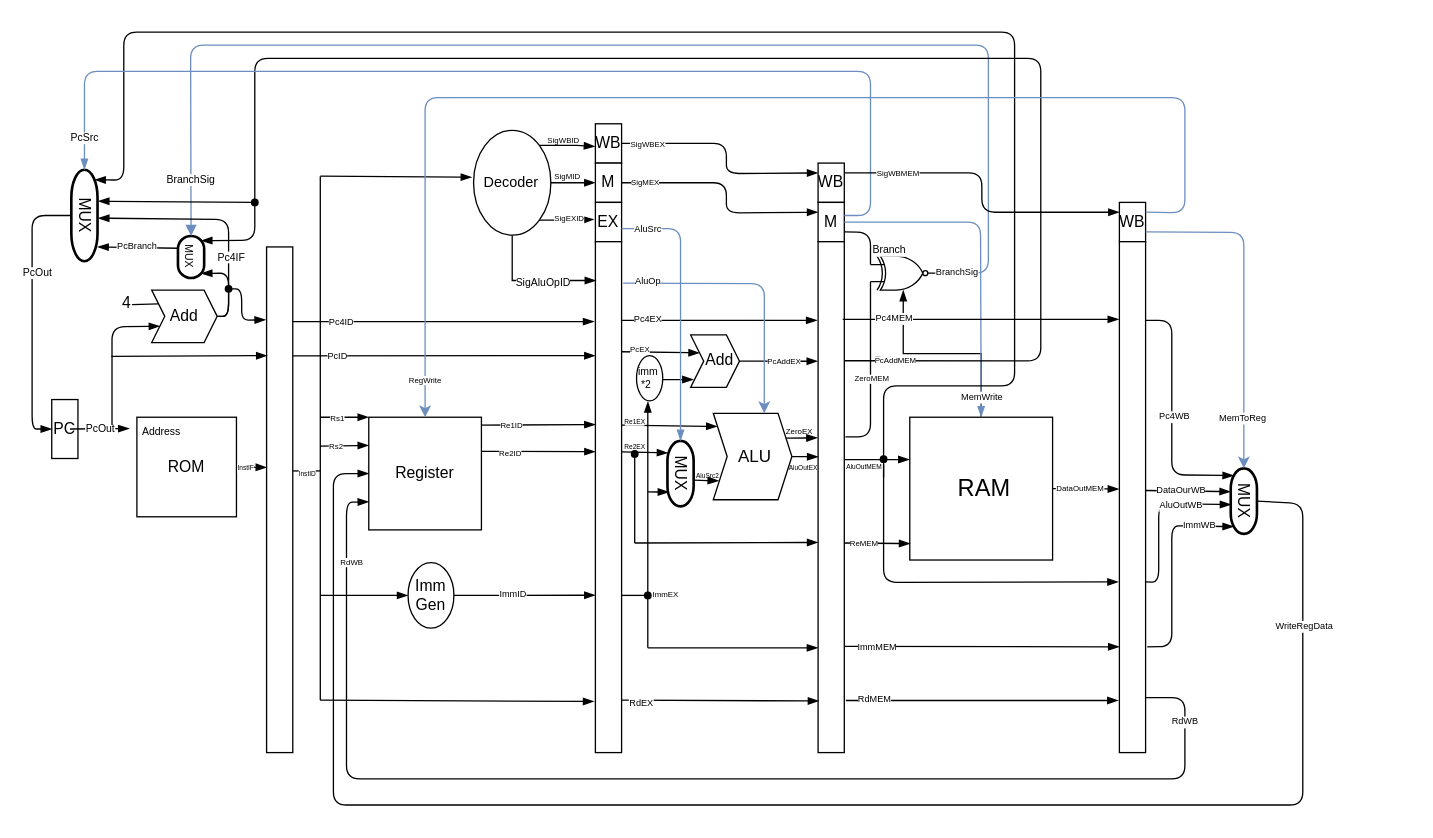
This is pipelining CPU with data hazards/Copy of Untitled Diagram.drawio from Zerokei/CPUGraph, a draw.io file, before an edit. Source tidied: cells renumbered, new cells numbered last; positions are measured from the earlier drawing's top-left corner, leaving out a move shared by most shapes. Both pictures are drawn from the tidied source at 131%, with x=0, y=0 at pixel (31, 31).
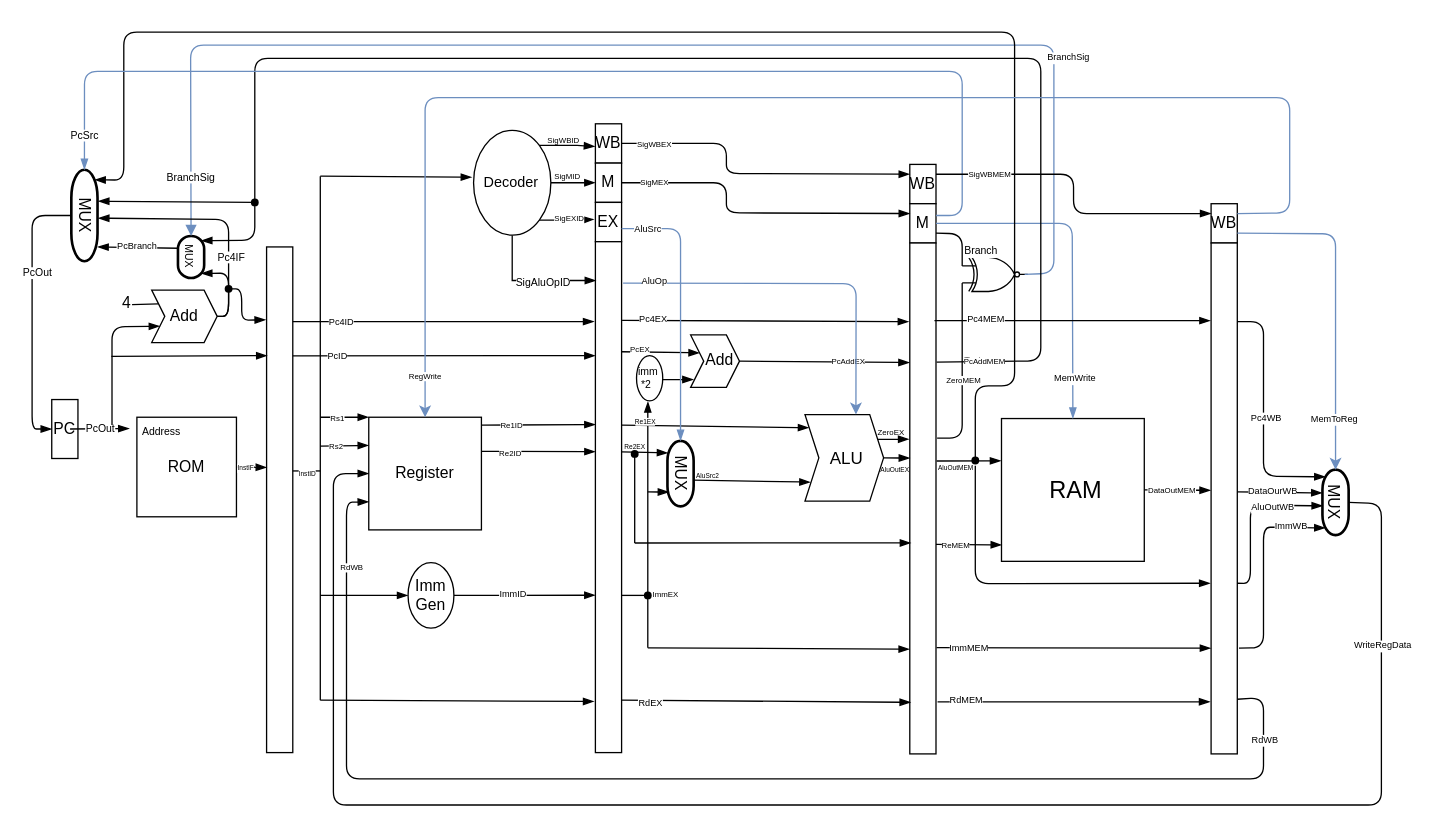
The same diagram, later.

The change refers to these unchanged cells:
```xml
<mxCell id="5" style="rounded=0;whiteSpace=wrap;html=1;" parent="1" vertex="1">
  <mxGeometry x="430" y="160" width="20" height="390" as="geometry" />
</mxCell>
<mxCell id="12" value="Register" style="whiteSpace=wrap;html=1;" parent="1" vertex="1">
  <mxGeometry x="257" y="294" width="86" height="86" as="geometry" />
</mxCell>
<mxCell id="17" value="MUX" style="strokeWidth=2;html=1;shape=mxgraph.flowchart.terminator;whiteSpace=wrap;rotation=90;" parent="1" vertex="1">
  <mxGeometry x="5" y="130" width="69.9" height="20" as="geometry" />
</mxCell>
<mxCell id="18" value="&lt;font style=&quot;font-size: 8px&quot;&gt;MUX&lt;/font&gt;" style="strokeWidth=2;html=1;shape=mxgraph.flowchart.terminator;whiteSpace=wrap;rotation=90;" parent="1" vertex="1">
  <mxGeometry x="105.3" y="161.7" width="32.1" height="20" as="geometry" />
</mxCell>
```

The edit, as a diff of the source:
```diff
@@
     <mxCell id="6" value="WB" style="rounded=0;whiteSpace=wrap;html=1;" parent="1" vertex="1">
-      <mxGeometry x="600" y="100" width="20" height="30" as="geometry" />
+      <mxGeometry x="670" y="101" width="20" height="30" as="geometry" />
     </mxCell>
     <mxCell id="7" value="M" style="rounded=0;whiteSpace=wrap;html=1;" parent="1" vertex="1">
-      <mxGeometry x="600" y="130" width="20" height="30" as="geometry" />
+      <mxGeometry x="670" y="131" width="20" height="30" as="geometry" />
     </mxCell>
     <mxCell id="8" style="rounded=0;whiteSpace=wrap;html=1;" parent="1" vertex="1">
-      <mxGeometry x="600" y="160" width="20" height="390" as="geometry" />
+      <mxGeometry x="670" y="161" width="20" height="390" as="geometry" />
     </mxCell>
     <mxCell id="9" value="WB" style="rounded=0;whiteSpace=wrap;html=1;" parent="1" vertex="1">
-      <mxGeometry x="830" y="130" width="20" height="30" as="geometry" />
+      <mxGeometry x="900" y="131" width="20" height="30" as="geometry" />
     </mxCell>
     <mxCell id="10" style="rounded=0;whiteSpace=wrap;html=1;" parent="1" vertex="1">
-      <mxGeometry x="830" y="160" width="20" height="390" as="geometry" />
+      <mxGeometry x="900" y="161" width="20" height="390" as="geometry" />
     </mxCell>
@@
     <mxCell id="65" value="&lt;font style=&quot;font-size: 13px&quot;&gt;&amp;nbsp;&amp;nbsp;&amp;nbsp;&amp;nbsp; ALU&lt;/font&gt;" style="shape=step;perimeter=stepPerimeter;whiteSpace=wrap;html=1;fixedSize=1;fontSize=8;align=left;size=10.5799999999997;" parent="1" vertex="1">
-      <mxGeometry x="520" y="291" width="60" height="66" as="geometry" />
+      <mxGeometry x="590" y="292" width="60" height="66" as="geometry" />
     </mxCell>
@@
-    <mxCell id="77" style="endArrow=blockThin;html=1;fontSize=8;align=left;entryX=-0.002;entryY=0.64;entryDx=0;entryDy=0;entryPerimeter=0;endFill=1;" parent="1" edge="1">
+    <mxCell id="77" style="endArrow=blockThin;html=1;fontSize=8;align=left;entryX=0.043;entryY=0.587;entryDx=0;entryDy=0;entryPerimeter=0;endFill=1;" parent="1" edge="1" target="8">
       <mxGeometry relative="1" as="geometry">
         <mxPoint x="460" y="390" as="sourcePoint" />
-        <mxPoint x="600" y="389.6" as="targetPoint" />
       </mxGeometry>
     </mxCell>
     <mxCell id="78" style="endArrow=classic;html=1;fontSize=8;align=left;exitX=1.058;exitY=0.081;exitDx=0;exitDy=0;exitPerimeter=0;entryX=0.648;entryY=-0.002;entryDx=0;entryDy=0;entryPerimeter=0;fontColor=#33FFFF;fillColor=#dae8fc;strokeColor=#6c8ebf;" parent="1" edge="1" source="5" target="65">
       <mxGeometry relative="1" as="geometry">
         <Array as="points">
-          <mxPoint x="559" y="192" />
+          <mxPoint x="629" y="192" />
         </Array>
       </mxGeometry>
     </mxCell>
@@
     <mxCell id="86" style="verticalLabelPosition=bottom;shadow=0;dashed=0;align=center;html=1;verticalAlign=top;shape=mxgraph.electrical.logic_gates.logic_gate;operation=xor;negating=1;negSize=0.15;fontSize=8;fontColor=#33FFFF;" parent="1" vertex="1">
-      <mxGeometry x="640" y="171" width="50" height="26" as="geometry" />
+      <mxGeometry x="710" y="172" width="50" height="26" as="geometry" />
     </mxCell>
     <mxCell id="87" value="Branch" style="endArrow=none;html=1;fontSize=8;align=left;entryX=0;entryY=0.25;entryDx=0;entryDy=0;entryPerimeter=0;exitX=1;exitY=0.75;exitDx=0;exitDy=0;verticalAlign=top;" parent="1" edge="1" source="7" target="86">
       <mxGeometry relative="1" as="geometry">
         <Array as="points">
-          <mxPoint x="640" y="153" />
+          <mxPoint x="710" y="154" />
         </Array>
       </mxGeometry>
     </mxCell>
     <mxCell id="88" style="endArrow=none;html=1;fontSize=8;fontColor=#33FFFF;align=left;entryX=0;entryY=0.75;entryDx=0;entryDy=0;entryPerimeter=0;exitX=1.043;exitY=0.382;exitDx=0;exitDy=0;exitPerimeter=0;" parent="1" edge="1" source="8" target="86">
       <mxGeometry relative="1" as="geometry">
         <Array as="points">
-          <mxPoint x="640" y="309" />
+          <mxPoint x="710" y="310" />
         </Array>
       </mxGeometry>
     </mxCell>
@@
-    <mxCell id="90" style="endArrow=block;html=1;fontSize=8;fontColor=#33FFFF;align=left;entryX=0;entryY=0.5;entryDx=0;entryDy=0;entryPerimeter=0;fillColor=#dae8fc;strokeWidth=1;startArrow=none;startFill=0;strokeColor=#6c8ebf;endFill=1;exitX=1;exitY=0.5;exitDx=0;exitDy=0;exitPerimeter=0;" parent="1" edge="1" source="86" target="18">
+    <mxCell id="90" style="endArrow=block;html=1;fontSize=8;fontColor=#33FFFF;align=left;entryX=0;entryY=0.5;entryDx=0;entryDy=0;entryPerimeter=0;fillColor=#dae8fc;strokeWidth=1;startArrow=none;startFill=0;strokeColor=#6c8ebf;endFill=1;exitX=0.953;exitY=0.5;exitDx=0;exitDy=0;exitPerimeter=0;" parent="1" edge="1" source="86" target="18">
       <mxGeometry relative="1" as="geometry">
         <Array as="points">
-          <mxPoint x="730" y="184" />
-          <mxPoint x="730" y="10" />
+          <mxPoint x="780" y="184" />
+          <mxPoint x="780" y="10" />
           <mxPoint x="121" y="10" />
         </Array>
       </mxGeometry>
     </mxCell>
@@
     <mxCell id="92" value="BranchSig" style="edgeLabel;html=1;align=center;verticalAlign=middle;fontSize=7;fontColor=#000000;" parent="90" vertex="1">
       <mxGeometry x="-0.98" y="-1" relative="1" as="geometry">
-        <mxPoint x="5" y="-2" as="offset" />
+        <mxPoint x="23" y="-166" as="offset" />
       </mxGeometry>
     </mxCell>
-    <mxCell id="93" style="edgeStyle=orthogonalEdgeStyle;rounded=0;jettySize=auto;html=0;fontSize=7;fontColor=#000000;startArrow=none;startFill=0;endArrow=blockThin;endFill=1;strokeColor=#000000;strokeWidth=1;align=left;" parent="1" edge="1" source="94" target="86">
-      <mxGeometry relative="1" as="geometry" />
-    </mxCell>
     <mxCell id="94" value="&lt;font style=&quot;font-size: 18px&quot;&gt;&amp;nbsp;&amp;nbsp;&amp;nbsp;&amp;nbsp;&amp;nbsp;&amp;nbsp; RAM&lt;/font&gt;" style="whiteSpace=wrap;html=1;fontSize=8;align=left;" parent="1" vertex="1">
-      <mxGeometry x="670" y="294" width="109" height="109" as="geometry" />
+      <mxGeometry x="740" y="295" width="109" height="109" as="geometry" />
     </mxCell>
     <mxCell id="95" style="endArrow=blockThin;html=1;fontSize=8;fontColor=#33FFFF;strokeColor=#6c8ebf;strokeWidth=1;align=left;exitX=1;exitY=0.5;exitDx=0;exitDy=0;entryX=0.5;entryY=0;entryDx=0;entryDy=0;fillColor=#dae8fc;endFill=1;" parent="1" edge="1" source="7" target="94">
       <mxGeometry relative="1" as="geometry">
         <Array as="points">
-          <mxPoint x="724" y="145" />
+          <mxPoint x="794" y="146" />
         </Array>
       </mxGeometry>
     </mxCell>
@@
     <mxCell id="97" style="endArrow=blockThin;html=1;fontSize=8;fontColor=#33FFFF;strokeColor=#000000;strokeWidth=1;align=left;exitX=1.026;exitY=0.424;exitDx=0;exitDy=0;exitPerimeter=0;entryX=-0.004;entryY=0.287;entryDx=0;entryDy=0;entryPerimeter=0;endFill=1;" parent="1" edge="1">
       <mxGeometry relative="1" as="geometry">
-        <mxPoint x="620.5" y="326.4" as="sourcePoint" />
-        <mxPoint x="669.6" y="326.3" as="targetPoint" />
+        <mxPoint x="690.5" y="327.4" as="sourcePoint" />
+        <mxPoint x="739.6" y="327.3" as="targetPoint" />
       </mxGeometry>
     </mxCell>
@@
     <mxCell id="99" style="endArrow=blockThin;html=1;fontSize=8;fontColor=#33FFFF;strokeColor=#000000;strokeWidth=1;align=left;entryX=0.002;entryY=0.885;entryDx=0;entryDy=0;entryPerimeter=0;endFill=1;" parent="1" edge="1" target="94">
       <mxGeometry relative="1" as="geometry">
-        <mxPoint x="620" y="390" as="sourcePoint" />
+        <mxPoint x="690" y="391" as="sourcePoint" />
       </mxGeometry>
     </mxCell>
@@
-    <mxCell id="106" style="endArrow=blockThin;html=1;fontSize=8;fontColor=#000000;strokeColor=#000000;strokeWidth=1;align=left;entryX=0.11;entryY=0.11;entryDx=0;entryDy=0;entryPerimeter=0;endFill=1;" parent="1" edge="1" target="17">
+    <mxCell id="106" style="endArrow=blockThin;html=1;fontSize=8;fontColor=#000000;strokeColor=#000000;strokeWidth=1;align=left;entryX=0.11;entryY=0.11;entryDx=0;entryDy=0;entryPerimeter=0;endFill=1;exitX=0.443;exitY=0.446;exitDx=0;exitDy=0;exitPerimeter=0;" parent="1" edge="1" source="115" target="17">
       <mxGeometry relative="1" as="geometry">
-        <mxPoint x="650" y="340" as="sourcePoint" />
         <Array as="points">
-          <mxPoint x="650" y="270" />
+          <mxPoint x="720" y="270" />
           <mxPoint x="750" y="270" />
           <mxPoint x="750" />
           <mxPoint x="70" />
           <mxPoint x="70" y="113" />
         </Array>
       </mxGeometry>
     </mxCell>
     <mxCell id="107" value="MemWrite" style="edgeLabel;html=1;align=center;verticalAlign=middle;fontSize=7;fontColor=#000000;" parent="106" vertex="1">
       <mxGeometry x="-0.77" y="-6" relative="1" as="geometry">
-        <mxPoint y="2" as="offset" />
+        <mxPoint x="39" y="42" as="offset" />
       </mxGeometry>
     </mxCell>
@@
     <mxCell id="112" style="endArrow=blockThin;html=1;fontSize=8;fontColor=#000000;strokeColor=#6c8ebf;strokeWidth=1;align=left;entryX=0;entryY=0.5;entryDx=0;entryDy=0;entryPerimeter=0;fillColor=#dae8fc;endFill=1;" parent="1" edge="1" target="17">
       <mxGeometry relative="1" as="geometry">
-        <mxPoint x="620" y="140" as="sourcePoint" />
+        <mxPoint x="690" y="140" as="sourcePoint" />
         <Array as="points">
-          <mxPoint x="640" y="140" />
+          <mxPoint x="710" y="140" />
+          <mxPoint x="710" y="30" />
           <mxPoint x="640" y="30" />
           <mxPoint x="40" y="30" />
         </Array>
       </mxGeometry>
     </mxCell>
@@
     <mxCell id="114" style="endArrow=blockThin;html=1;fontSize=8;fontColor=#000000;strokeColor=#000000;strokeWidth=1;align=left;entryX=-0.035;entryY=0.666;entryDx=0;entryDy=0;entryPerimeter=0;endFill=1;" parent="1" edge="1" target="10">
       <mxGeometry relative="1" as="geometry">
-        <mxPoint x="650" y="330" as="sourcePoint" />
+        <mxPoint x="720" y="331" as="sourcePoint" />
         <Array as="points">
-          <mxPoint x="650" y="420" />
+          <mxPoint x="720" y="421" />
         </Array>
       </mxGeometry>
     </mxCell>
     <mxCell id="115" style="shape=waypoint;sketch=0;size=6;points=[];fillColor=none;perimeter=centerPerimeter;snapToPoint=1;fontSize=8;fontColor=#000000;strokeColor=#000000;align=left;" parent="1" vertex="1">
-      <mxGeometry x="630" y="306" width="40" height="40" as="geometry" />
+      <mxGeometry x="700" y="307" width="40" height="40" as="geometry" />
     </mxCell>
@@
     <mxCell id="119" style="endArrow=classic;html=1;fontSize=8;fontColor=#000000;strokeColor=#6c8ebf;strokeWidth=1;align=left;exitX=1;exitY=0.25;exitDx=0;exitDy=0;entryX=0.5;entryY=0;entryDx=0;entryDy=0;fillColor=#dae8fc;" parent="1" edge="1" source="9" target="12">
       <mxGeometry relative="1" as="geometry">
         <Array as="points">
-          <mxPoint x="880" y="138" />
-          <mxPoint x="880" y="50" />
+          <mxPoint x="960" y="138" />
+          <mxPoint x="960" y="50" />
           <mxPoint x="840" y="50" />
           <mxPoint x="300" y="50" />
         </Array>
       </mxGeometry>
     </mxCell>
@@
-    <mxCell id="121" value="MUX" style="strokeWidth=2;html=1;shape=mxgraph.flowchart.terminator;whiteSpace=wrap;rotation=90;" parent="1" vertex="1">
-      <mxGeometry x="900" y="348" width="50" height="20" as="geometry" />
+    <mxCell id="121" value="&lt;p style=&quot;line-height: 1&quot;&gt;MUX&lt;/p&gt;" style="strokeWidth=2;html=1;shape=mxgraph.flowchart.terminator;whiteSpace=wrap;rotation=90;" parent="1" vertex="1">
+      <mxGeometry x="970" y="349" width="50" height="20" as="geometry" />
     </mxCell>
@@
     <mxCell id="124" style="endArrow=blockThin;html=1;fontSize=8;fontColor=#000000;strokeColor=#000000;strokeWidth=1;align=left;entryX=0.11;entryY=0.89;entryDx=0;entryDy=0;entryPerimeter=0;endFill=1;" parent="1" edge="1" target="121">
       <mxGeometry relative="1" as="geometry">
-        <mxPoint x="850" y="220" as="sourcePoint" />
+        <mxPoint x="920" y="221" as="sourcePoint" />
         <Array as="points">
-          <mxPoint x="870" y="220" />
-          <mxPoint x="870" y="338" />
+          <mxPoint x="940" y="221" />
+          <mxPoint x="940" y="339" />
         </Array>
       </mxGeometry>
     </mxCell>
@@
     <mxCell id="126" style="endArrow=blockThin;html=1;fontSize=8;fontColor=#000000;strokeColor=#000000;strokeWidth=1;align=left;exitX=1;exitY=0.5;exitDx=0;exitDy=0;entryX=-0.021;entryY=0.484;entryDx=0;entryDy=0;entryPerimeter=0;endFill=1;" parent="1" edge="1">
       <mxGeometry relative="1" as="geometry">
-        <mxPoint x="779" y="348.5" as="sourcePoint" />
-        <mxPoint x="829.6" y="348.8" as="targetPoint" />
+        <mxPoint x="849" y="349.5" as="sourcePoint" />
+        <mxPoint x="899.6" y="349.8" as="targetPoint" />
       </mxGeometry>
     </mxCell>
@@
     <mxCell id="130" style="endArrow=blockThin;html=1;fontSize=8;fontColor=#000000;strokeColor=#000000;strokeWidth=1;align=left;exitX=0.989;exitY=0.666;exitDx=0;exitDy=0;exitPerimeter=0;entryX=0.553;entryY=0.992;entryDx=0;entryDy=0;entryPerimeter=0;endFill=1;" parent="1" edge="1" source="10" target="121">
       <mxGeometry relative="1" as="geometry">
         <Array as="points">
-          <mxPoint x="860" y="420" />
-          <mxPoint x="860" y="360" />
+          <mxPoint x="930" y="421" />
+          <mxPoint x="930" y="361" />
         </Array>
       </mxGeometry>
     </mxCell>
@@
     <mxCell id="134" style="endArrow=blockThin;html=1;fontSize=8;fontColor=#000000;strokeColor=#000000;strokeWidth=1;align=left;exitX=1.064;exitY=0.793;exitDx=0;exitDy=0;exitPerimeter=0;entryX=0.89;entryY=0.89;entryDx=0;entryDy=0;entryPerimeter=0;endFill=1;" parent="1" edge="1" source="10" target="121">
       <mxGeometry relative="1" as="geometry">
         <Array as="points">
-          <mxPoint x="870" y="469" />
-          <mxPoint x="870" y="377" />
-          <mxPoint x="880" y="377" />
+          <mxPoint x="940" y="470" />
+          <mxPoint x="940" y="378" />
+          <mxPoint x="950" y="378" />
         </Array>
       </mxGeometry>
     </mxCell>
@@
     <mxCell id="136" style="endArrow=blockThin;html=1;fontSize=8;fontColor=#000000;strokeColor=#000000;strokeWidth=1;align=left;exitX=0.5;exitY=0;exitDx=0;exitDy=0;exitPerimeter=0;entryX=0;entryY=0.5;entryDx=0;entryDy=0;endFill=1;" parent="1" edge="1" source="121" target="12">
       <mxGeometry relative="1" as="geometry">
         <Array as="points">
-          <mxPoint x="970" y="360" />
-          <mxPoint x="970" y="590" />
+          <mxPoint x="1030" y="360" />
+          <mxPoint x="1030" y="590" />
           <mxPoint x="230" y="590" />
           <mxPoint x="230" y="337" />
         </Array>
       </mxGeometry>
     </mxCell>
@@
-    <mxCell id="138" style="endArrow=blockThin;html=1;fontSize=8;fontColor=#000000;strokeColor=#000000;strokeWidth=1;align=left;entryX=0;entryY=0.75;entryDx=0;entryDy=0;endFill=1;" parent="1" edge="1" target="12">
+    <mxCell id="138" style="endArrow=blockThin;html=1;fontSize=8;fontColor=#000000;strokeColor=#000000;strokeWidth=1;align=left;entryX=0;entryY=0.75;entryDx=0;entryDy=0;endFill=1;exitX=1;exitY=0.893;exitDx=0;exitDy=0;exitPerimeter=0;" parent="1" edge="1" source="10" target="12">
       <mxGeometry relative="1" as="geometry">
-        <mxPoint x="850" y="508" as="sourcePoint" />
         <Array as="points">
-          <mxPoint x="880" y="508" />
-          <mxPoint x="880" y="570" />
+          <mxPoint x="940" y="508" />
+          <mxPoint x="940" y="570" />
           <mxPoint x="660" y="570" />
           <mxPoint x="240" y="570" />
           <mxPoint x="240" y="359" />
         </Array>
       </mxGeometry>
     </mxCell>
@@
     <mxCell id="140" value="RdWB" style="edgeLabel;html=1;align=center;verticalAlign=middle;fontSize=7;fontColor=#000000;" parent="138" vertex="1">
-      <mxGeometry x="-0.9" y="-1" relative="1" as="geometry" />
+      <mxGeometry x="-0.9" y="-1" relative="1" as="geometry">
+        <mxPoint x="1" y="2" as="offset" />
+      </mxGeometry>
     </mxCell>
@@
     <mxCell id="143" style="endArrow=classic;html=1;fontSize=8;fontColor=#000000;strokeColor=#6c8ebf;strokeWidth=1;align=left;exitX=1;exitY=0.75;exitDx=0;exitDy=0;entryX=0;entryY=0.5;entryDx=0;entryDy=0;entryPerimeter=0;fillColor=#dae8fc;" parent="1" edge="1" source="9" target="121">
       <mxGeometry relative="1" as="geometry">
         <Array as="points">
-          <mxPoint x="925" y="153" />
+          <mxPoint x="995" y="154" />
         </Array>
       </mxGeometry>
     </mxCell>
@@
     <mxCell id="151" value="ZeroEX" style="text;html=1;strokeColor=none;fillColor=none;align=center;verticalAlign=middle;whiteSpace=wrap;rounded=0;fontSize=6;fontColor=#000000;opacity=40;" parent="1" vertex="1">
-      <mxGeometry x="566" y="295" width="40" height="20" as="geometry" />
+      <mxGeometry x="636" y="296" width="40" height="20" as="geometry" />
     </mxCell>
@@
     <mxCell id="154" value="AluOutEX" style="text;html=1;strokeColor=none;fillColor=none;align=center;verticalAlign=middle;whiteSpace=wrap;rounded=0;fontSize=5;fontColor=#000000;opacity=40;" parent="1" vertex="1">
-      <mxGeometry x="569" y="322" width="40" height="20" as="geometry" />
+      <mxGeometry x="639" y="323" width="40" height="20" as="geometry" />
     </mxCell>
```
